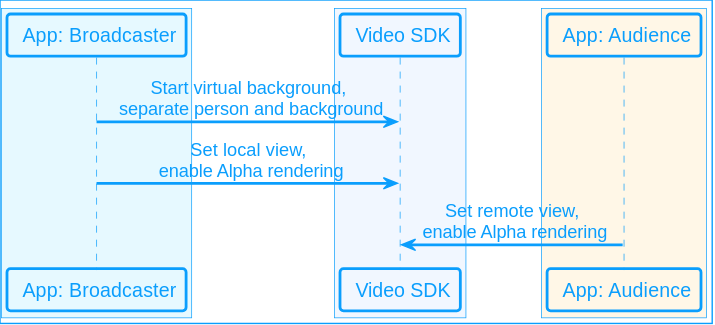
AgoraIO/Docs-Source keeps this PlantUML diagram as assets/images/video-sdk/alpha-transparency-scenario-2.svg. Above is the earlier version.
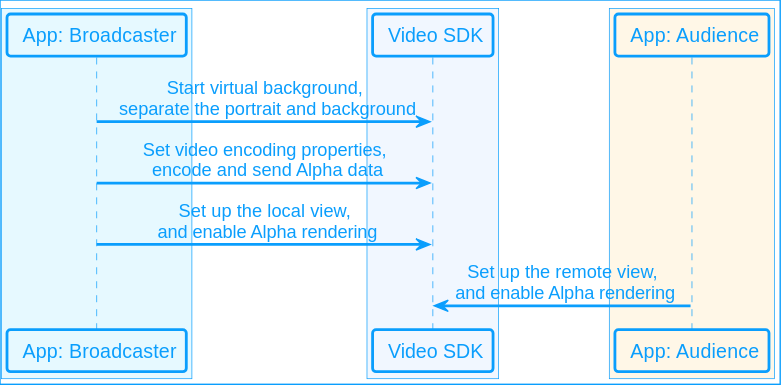
After the change.

Commit message:
ENDOC-441  CN doc sync August - Alpha transparency effect (#1239)

Change to the diagram source:
```diff
@@ -11,7 +11,8 @@
 participant "<$app-yellow> App: Audience" as app2
 end box
 
-app1 -> sdk: Start virtual background,\n separate person and background
-app1 -> sdk: Set local view,\n enable Alpha rendering
-app2 -> sdk: Set remote view,\n enable Alpha rendering
+app1 -> sdk: Start virtual background,\n separate the portrait and background
+app1 -> sdk: Set video encoding properties,\n encode and send Alpha data
+app1 -> sdk: Set up the local view,\n and enable Alpha rendering
+app2 -> sdk: Set up the remote view,\n and enable Alpha rendering
 @enduml
```
